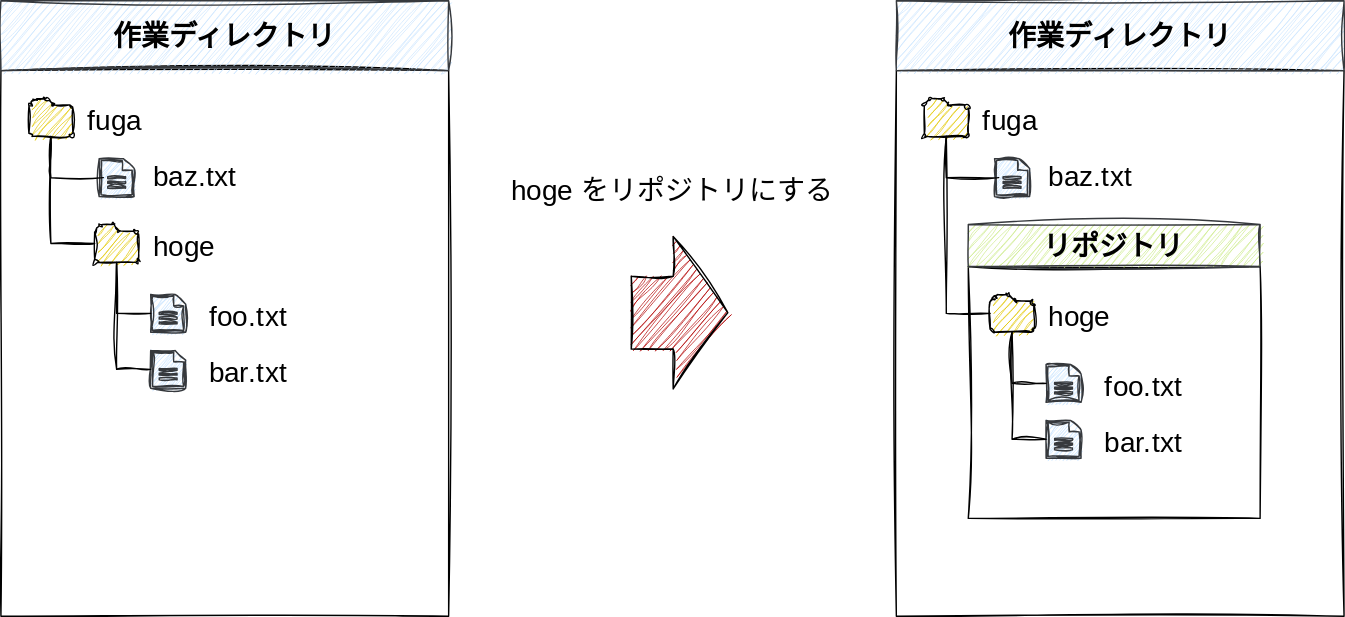
Earlier version of the draw.io export doc/repository.drawio.svg (kazurego7/fit). Source tidied: cells renumbered, new cells last; positions are measured from the earlier drawing's top-left corner, leaving out a move shared by most shapes.
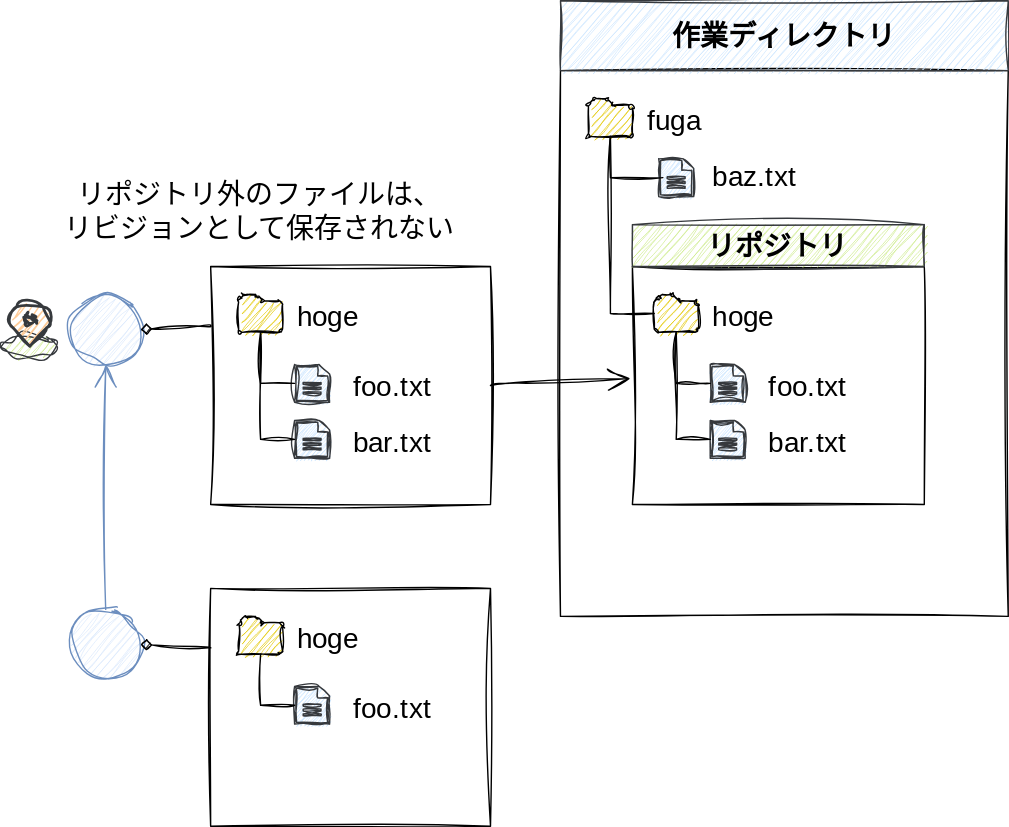
After the commit.

Commit message:
introduction のリポジトリの説明を修正

Change to the diagram source:
```diff
@@ -4,56 +4,2 @@
     <mxCell id="1" parent="0" />
-    <mxCell id="2" style="rounded=0;whiteSpace=wrap;html=1;shadow=0;sketch=1;hachureGap=4;jiggle=2;curveFitting=1;fontFamily=Architects Daughter;fontSource=https%3A%2F%2Ffonts.googleapis.com%2Fcss%3Ffamily%3DArchitects%2BDaughter;fontSize=20;" parent="1" vertex="1">
-      <mxGeometry y="50" width="320" height="390" as="geometry" />
-    </mxCell>
-    <mxCell id="3" style="endArrow=none;html=1;rounded=0;sketch=1;hachureGap=4;jiggle=2;curveFitting=1;fontFamily=Architects Daughter;fontSource=https%3A%2F%2Ffonts.googleapis.com%2Fcss%3Ffamily%3DArchitects%2BDaughter;fontSize=16;sourcePerimeterSpacing=8;targetPerimeterSpacing=8;curved=1;shape=flexArrow;fillColor=#B20000;strokeColor=default;width=52;endSize=8;endWidth=17.224489795918366;endFill=0;startArrow=block;startWidth=56;startSize=12.67;" parent="1" edge="1">
-      <mxGeometry relative="1" as="geometry">
-        <mxPoint x="520" y="223" as="sourcePoint" />
-        <mxPoint x="450" y="223" as="targetPoint" />
-      </mxGeometry>
-    </mxCell>
-    <mxCell id="4" value="&lt;font face=&quot;Zen Kurenaido&quot;&gt;作業ディレクトリ&lt;/font&gt;" style="rounded=0;whiteSpace=wrap;html=1;shadow=0;sketch=1;hachureGap=4;jiggle=2;curveFitting=1;fontFamily=Architects Daughter;fontSource=https%3A%2F%2Ffonts.googleapis.com%2Fcss%3Ffamily%3DArchitects%2BDaughter;fontSize=20;fillColor=#cce5ff;strokeColor=#36393d;fontStyle=1;" parent="1" vertex="1">
-      <mxGeometry width="320" height="50" as="geometry" />
-    </mxCell>
-    <mxCell id="5" style="sketch=1;shadow=0;dashed=0;html=1;strokeColor=#000000;labelPosition=center;verticalLabelPosition=bottom;verticalAlign=top;align=center;fillColor=#e3c800;shape=mxgraph.mscae.enterprise.folder;hachureGap=4;jiggle=2;curveFitting=1;fontFamily=Architects Daughter;fontSource=https%3A%2F%2Ffonts.googleapis.com%2Fcss%3Ffamily%3DArchitects%2BDaughter;fontSize=20;fontColor=#000000;" parent="1" vertex="1">
-      <mxGeometry x="67" y="160" width="31.4" height="27" as="geometry" />
-    </mxCell>
-    <mxCell id="6" style="sketch=1;shadow=0;dashed=0;html=1;strokeColor=#36393d;fillColor=#cce5ff;labelPosition=center;verticalLabelPosition=bottom;verticalAlign=top;outlineConnect=0;align=center;shape=mxgraph.office.concepts.document;hachureGap=4;jiggle=2;curveFitting=1;fontFamily=Architects Daughter;fontSource=https%3A%2F%2Ffonts.googleapis.com%2Fcss%3Ffamily%3DArchitects%2BDaughter;fontSize=20;" parent="1" vertex="1">
-      <mxGeometry x="107" y="210" width="25" height="27" as="geometry" />
-    </mxCell>
-    <mxCell id="7" style="endArrow=none;html=1;hachureGap=4;strokeColor=default;strokeWidth=1;fontFamily=Architects Daughter;fontSource=https%3A%2F%2Ffonts.googleapis.com%2Fcss%3Ffamily%3DArchitects%2BDaughter;fontSize=16;startSize=14;endSize=14;sourcePerimeterSpacing=8;targetPerimeterSpacing=8;jumpStyle=none;jumpSize=5;rounded=0;sketch=1;curveFitting=1;jiggle=2;exitX=0;exitY=0.5;exitDx=0;exitDy=0;exitPerimeter=0;entryX=0.5;entryY=1;entryDx=0;entryDy=0;entryPerimeter=0;edgeStyle=orthogonalEdgeStyle;" parent="1" edge="1" source="6" target="5">
-      <mxGeometry relative="1" as="geometry" />
-    </mxCell>
-    <mxCell id="8" value="hoge" style="text;strokeColor=none;fillColor=none;html=1;align=left;verticalAlign=middle;whiteSpace=wrap;rounded=0;sketch=1;hachureGap=4;jiggle=2;curveFitting=1;fontFamily=Architects Daughter;fontSource=https%3A%2F%2Ffonts.googleapis.com%2Fcss%3Ffamily%3DArchitects%2BDaughter;fontSize=20;" parent="1" vertex="1">
-      <mxGeometry x="107" y="160" width="100" height="30" as="geometry" />
-    </mxCell>
-    <mxCell id="9" value="foo.txt" style="text;strokeColor=none;fillColor=none;html=1;align=left;verticalAlign=middle;whiteSpace=wrap;rounded=0;sketch=1;hachureGap=4;jiggle=2;curveFitting=1;fontFamily=Architects Daughter;fontSource=https%3A%2F%2Ffonts.googleapis.com%2Fcss%3Ffamily%3DArchitects%2BDaughter;fontSize=20;" parent="1" vertex="1">
-      <mxGeometry x="147" y="210" width="80" height="30" as="geometry" />
-    </mxCell>
-    <mxCell id="10" style="sketch=1;shadow=0;dashed=0;html=1;strokeColor=#36393d;fillColor=#cce5ff;labelPosition=center;verticalLabelPosition=bottom;verticalAlign=top;outlineConnect=0;align=center;shape=mxgraph.office.concepts.document;hachureGap=4;jiggle=2;curveFitting=1;fontFamily=Architects Daughter;fontSource=https%3A%2F%2Ffonts.googleapis.com%2Fcss%3Ffamily%3DArchitects%2BDaughter;fontSize=20;" parent="1" vertex="1">
-      <mxGeometry x="107" y="250" width="25" height="27" as="geometry" />
-    </mxCell>
-    <mxCell id="11" value="&lt;font color=&quot;#000000&quot;&gt;bar.txt&lt;/font&gt;" style="text;strokeColor=none;fillColor=none;html=1;align=left;verticalAlign=middle;whiteSpace=wrap;rounded=0;sketch=1;hachureGap=4;jiggle=2;curveFitting=1;fontFamily=Architects Daughter;fontSource=https%3A%2F%2Ffonts.googleapis.com%2Fcss%3Ffamily%3DArchitects%2BDaughter;fontSize=20;fontColor=#CC0000;" parent="1" vertex="1">
-      <mxGeometry x="147" y="250" width="80" height="30" as="geometry" />
-    </mxCell>
-    <mxCell id="12" style="endArrow=none;html=1;hachureGap=4;strokeColor=default;strokeWidth=1;fontFamily=Architects Daughter;fontSource=https%3A%2F%2Ffonts.googleapis.com%2Fcss%3Ffamily%3DArchitects%2BDaughter;fontSize=16;startSize=14;endSize=14;sourcePerimeterSpacing=8;targetPerimeterSpacing=8;jumpStyle=none;jumpSize=5;rounded=0;sketch=1;curveFitting=1;jiggle=2;entryX=0.5;entryY=1;entryDx=0;entryDy=0;entryPerimeter=0;edgeStyle=orthogonalEdgeStyle;exitX=0;exitY=0.5;exitDx=0;exitDy=0;exitPerimeter=0;" parent="1" edge="1" source="10" target="5">
-      <mxGeometry relative="1" as="geometry" />
-    </mxCell>
-    <mxCell id="13" style="sketch=1;shadow=0;dashed=0;html=1;strokeColor=#000000;labelPosition=center;verticalLabelPosition=bottom;verticalAlign=top;align=center;fillColor=#e3c800;shape=mxgraph.mscae.enterprise.folder;hachureGap=4;jiggle=2;curveFitting=1;fontFamily=Architects Daughter;fontSource=https%3A%2F%2Ffonts.googleapis.com%2Fcss%3Ffamily%3DArchitects%2BDaughter;fontSize=20;fontColor=#000000;" parent="1" vertex="1">
-      <mxGeometry x="20" y="70" width="31.4" height="27" as="geometry" />
-    </mxCell>
-    <mxCell id="14" value="fuga" style="text;strokeColor=none;fillColor=none;html=1;align=left;verticalAlign=middle;whiteSpace=wrap;rounded=0;sketch=1;hachureGap=4;jiggle=2;curveFitting=1;fontFamily=Architects Daughter;fontSource=https%3A%2F%2Ffonts.googleapis.com%2Fcss%3Ffamily%3DArchitects%2BDaughter;fontSize=20;" parent="1" vertex="1">
-      <mxGeometry x="60" y="70" width="100" height="30" as="geometry" />
-    </mxCell>
-    <mxCell id="15" style="endArrow=none;html=1;hachureGap=4;strokeColor=default;strokeWidth=1;fontFamily=Architects Daughter;fontSource=https%3A%2F%2Ffonts.googleapis.com%2Fcss%3Ffamily%3DArchitects%2BDaughter;fontSize=16;startSize=14;endSize=14;sourcePerimeterSpacing=8;targetPerimeterSpacing=8;jumpStyle=none;jumpSize=5;rounded=0;sketch=1;curveFitting=1;jiggle=2;entryX=0.5;entryY=1;entryDx=0;entryDy=0;entryPerimeter=0;edgeStyle=orthogonalEdgeStyle;exitX=0;exitY=0.5;exitDx=0;exitDy=0;exitPerimeter=0;" parent="1" edge="1" source="5" target="13">
-      <mxGeometry relative="1" as="geometry" />
-    </mxCell>
-    <mxCell id="16" style="sketch=1;shadow=0;dashed=0;html=1;strokeColor=#36393d;fillColor=#cce5ff;labelPosition=center;verticalLabelPosition=bottom;verticalAlign=top;outlineConnect=0;align=center;shape=mxgraph.office.concepts.document;hachureGap=4;jiggle=2;curveFitting=1;fontFamily=Architects Daughter;fontSource=https%3A%2F%2Ffonts.googleapis.com%2Fcss%3Ffamily%3DArchitects%2BDaughter;fontSize=20;" parent="1" vertex="1">
-      <mxGeometry x="70.2" y="113" width="25" height="27" as="geometry" />
-    </mxCell>
-    <mxCell id="17" style="endArrow=none;html=1;hachureGap=4;strokeColor=default;strokeWidth=1;fontFamily=Architects Daughter;fontSource=https%3A%2F%2Ffonts.googleapis.com%2Fcss%3Ffamily%3DArchitects%2BDaughter;fontSize=16;startSize=14;endSize=14;sourcePerimeterSpacing=8;targetPerimeterSpacing=8;jumpStyle=none;jumpSize=5;rounded=0;sketch=1;curveFitting=1;jiggle=2;entryX=0.5;entryY=1;entryDx=0;entryDy=0;entryPerimeter=0;edgeStyle=orthogonalEdgeStyle;exitX=0.12;exitY=0.499;exitDx=0;exitDy=0;exitPerimeter=0;" parent="1" edge="1" source="16" target="13">
-      <mxGeometry relative="1" as="geometry" />
-    </mxCell>
-    <mxCell id="18" value="baz.txt" style="text;strokeColor=none;fillColor=none;html=1;align=left;verticalAlign=middle;whiteSpace=wrap;rounded=0;sketch=1;hachureGap=4;jiggle=2;curveFitting=1;fontFamily=Architects Daughter;fontSource=https%3A%2F%2Ffonts.googleapis.com%2Fcss%3Ffamily%3DArchitects%2BDaughter;fontSize=20;" parent="1" vertex="1">
-      <mxGeometry x="107" y="110" width="80" height="30" as="geometry" />
-    </mxCell>
     <mxCell id="19" style="rounded=0;whiteSpace=wrap;html=1;shadow=0;sketch=1;hachureGap=4;jiggle=2;curveFitting=1;fontFamily=Architects Daughter;fontSource=https%3A%2F%2Ffonts.googleapis.com%2Fcss%3Ffamily%3DArchitects%2BDaughter;fontSize=20;" parent="1" vertex="1">
@@ -62,3 +8,3 @@
     <mxCell id="20" style="rounded=0;whiteSpace=wrap;html=1;shadow=0;sketch=1;hachureGap=4;jiggle=2;curveFitting=1;fontFamily=Architects Daughter;fontSource=https%3A%2F%2Ffonts.googleapis.com%2Fcss%3Ffamily%3DArchitects%2BDaughter;fontSize=20;" parent="1" vertex="1">
-      <mxGeometry x="691.4" y="190" width="208.6" height="180" as="geometry" />
+      <mxGeometry x="691.4" y="190" width="208.6" height="170" as="geometry" />
     </mxCell>
@@ -112,5 +58,85 @@
     </mxCell>
-    <mxCell id="37" value="hoge &lt;font face=&quot;Zen Kurenaido&quot;&gt;をリポジトリにする&lt;/font&gt;" style="text;strokeColor=none;fillColor=none;html=1;align=center;verticalAlign=middle;whiteSpace=wrap;rounded=0;sketch=1;hachureGap=4;jiggle=2;curveFitting=1;fontFamily=Architects Daughter;fontSource=https%3A%2F%2Ffonts.googleapis.com%2Fcss%3Ffamily%3DArchitects%2BDaughter;fontSize=20;fontColor=#000000;" parent="1" vertex="1">
-      <mxGeometry x="340" y="120" width="280" height="30" as="geometry" />
-    </mxCell>
+    <mxCell id="38" style="ellipse;whiteSpace=wrap;html=1;hachureGap=4;fontFamily=Architects Daughter;fontSource=https%3A%2F%2Ffonts.googleapis.com%2Fcss%3Ffamily%3DArchitects%2BDaughter;fontSize=20;fillColor=#dae8fc;strokeColor=#6c8ebf;shadow=0;sketch=1;curveFitting=1;jiggle=2;" parent="1" vertex="1">
+      <mxGeometry x="290" y="210" width="50" height="50" as="geometry" />
+    </mxCell>
+    <mxCell id="39" style="sketch=1;hachureGap=4;jiggle=2;curveFitting=1;jettySize=auto;html=1;entryX=0.5;entryY=1;entryDx=0;entryDy=0;fontFamily=Architects Daughter;fontSource=https%3A%2F%2Ffonts.googleapis.com%2Fcss%3Ffamily%3DArchitects%2BDaughter;fontSize=16;endArrow=open;startSize=14;endSize=14;sourcePerimeterSpacing=8;targetPerimeterSpacing=8;fillColor=#dae8fc;strokeColor=#6c8ebf;rounded=1;strokeWidth=1;jumpSize=5;jumpStyle=none;exitX=0.5;exitY=0;exitDx=0;exitDy=0;" parent="1" edge="1" source="40" target="38">
+      <mxGeometry relative="1" as="geometry" />
+    </mxCell>
+    <mxCell id="40" style="ellipse;whiteSpace=wrap;html=1;hachureGap=4;fontFamily=Architects Daughter;fontSource=https%3A%2F%2Ffonts.googleapis.com%2Fcss%3Ffamily%3DArchitects%2BDaughter;fontSize=20;fillColor=#dae8fc;strokeColor=#6c8ebf;shadow=0;sketch=1;curveFitting=1;jiggle=2;" parent="1" vertex="1">
+      <mxGeometry x="290" y="435" width="50" height="50" as="geometry" />
+    </mxCell>
+    <mxCell id="41" style="group;" parent="1" vertex="1">
+      <mxGeometry x="390" y="420" width="200" height="170" as="geometry" />
+    </mxCell>
+    <mxCell id="42" style="rounded=0;whiteSpace=wrap;html=1;shadow=0;sketch=1;hachureGap=4;jiggle=2;curveFitting=1;fontFamily=Architects Daughter;fontSource=https%3A%2F%2Ffonts.googleapis.com%2Fcss%3Ffamily%3DArchitects%2BDaughter;fontSize=20;" parent="41" vertex="1">
+      <mxGeometry width="200" height="170" as="geometry" />
+    </mxCell>
+    <mxCell id="43" style="sketch=1;shadow=0;dashed=0;html=1;strokeColor=#000000;labelPosition=center;verticalLabelPosition=bottom;verticalAlign=top;align=center;fillColor=#e3c800;shape=mxgraph.mscae.enterprise.folder;hachureGap=4;jiggle=2;curveFitting=1;fontFamily=Architects Daughter;fontSource=https%3A%2F%2Ffonts.googleapis.com%2Fcss%3Ffamily%3DArchitects%2BDaughter;fontSize=20;fontColor=#000000;" parent="41" vertex="1">
+      <mxGeometry x="20" y="20" width="31.4" height="27" as="geometry" />
+    </mxCell>
+    <mxCell id="44" style="sketch=1;shadow=0;dashed=0;html=1;strokeColor=#36393d;fillColor=#cce5ff;labelPosition=center;verticalLabelPosition=bottom;verticalAlign=top;outlineConnect=0;align=center;shape=mxgraph.office.concepts.document;hachureGap=4;jiggle=2;curveFitting=1;fontFamily=Architects Daughter;fontSource=https%3A%2F%2Ffonts.googleapis.com%2Fcss%3Ffamily%3DArchitects%2BDaughter;fontSize=20;" parent="41" vertex="1">
+      <mxGeometry x="60" y="70" width="25" height="27" as="geometry" />
+    </mxCell>
+    <mxCell id="45" style="endArrow=none;html=1;hachureGap=4;strokeColor=default;strokeWidth=1;fontFamily=Architects Daughter;fontSource=https%3A%2F%2Ffonts.googleapis.com%2Fcss%3Ffamily%3DArchitects%2BDaughter;fontSize=16;startSize=14;endSize=14;sourcePerimeterSpacing=8;targetPerimeterSpacing=8;jumpStyle=none;jumpSize=5;rounded=0;sketch=1;curveFitting=1;jiggle=2;exitX=0;exitY=0.5;exitDx=0;exitDy=0;exitPerimeter=0;entryX=0.5;entryY=1;entryDx=0;entryDy=0;entryPerimeter=0;edgeStyle=orthogonalEdgeStyle;" parent="41" edge="1" source="44" target="43">
+      <mxGeometry relative="1" as="geometry" />
+    </mxCell>
+    <mxCell id="46" value="hoge" style="text;strokeColor=none;fillColor=none;html=1;align=left;verticalAlign=middle;whiteSpace=wrap;rounded=0;sketch=1;hachureGap=4;jiggle=2;curveFitting=1;fontFamily=Architects Daughter;fontSource=https%3A%2F%2Ffonts.googleapis.com%2Fcss%3Ffamily%3DArchitects%2BDaughter;fontSize=20;" parent="41" vertex="1">
+      <mxGeometry x="60" y="20" width="100" height="30" as="geometry" />
+    </mxCell>
+    <mxCell id="47" value="foo.txt" style="text;strokeColor=none;fillColor=none;html=1;align=left;verticalAlign=middle;whiteSpace=wrap;rounded=0;sketch=1;hachureGap=4;jiggle=2;curveFitting=1;fontFamily=Architects Daughter;fontSource=https%3A%2F%2Ffonts.googleapis.com%2Fcss%3Ffamily%3DArchitects%2BDaughter;fontSize=20;" parent="41" vertex="1">
+      <mxGeometry x="100" y="70" width="80" height="30" as="geometry" />
+    </mxCell>
+    <mxCell id="48" style="edgeStyle=none;curved=1;rounded=0;sketch=1;hachureGap=4;jiggle=2;curveFitting=1;jettySize=auto;html=1;exitX=0;exitY=0.25;exitDx=0;exitDy=0;entryX=1;entryY=0.5;entryDx=0;entryDy=0;fontFamily=Architects Daughter;fontSource=https%3A%2F%2Ffonts.googleapis.com%2Fcss%3Ffamily%3DArchitects%2BDaughter;fontSize=16;endArrow=diamond;sourcePerimeterSpacing=8;targetPerimeterSpacing=8;endFill=1;" parent="1" edge="1" source="42" target="40">
+      <mxGeometry relative="1" as="geometry" />
+    </mxCell>
+    <mxCell id="49" style="group;" parent="1" vertex="1">
+      <mxGeometry x="390" y="190" width="200" height="170" as="geometry" />
+    </mxCell>
+    <mxCell id="50" style="rounded=0;whiteSpace=wrap;html=1;shadow=0;sketch=1;hachureGap=4;jiggle=2;curveFitting=1;fontFamily=Architects Daughter;fontSource=https%3A%2F%2Ffonts.googleapis.com%2Fcss%3Ffamily%3DArchitects%2BDaughter;fontSize=20;" parent="49" vertex="1">
+      <mxGeometry width="200" height="170" as="geometry" />
+    </mxCell>
+    <mxCell id="51" style="sketch=1;shadow=0;dashed=0;html=1;strokeColor=#000000;labelPosition=center;verticalLabelPosition=bottom;verticalAlign=top;align=center;fillColor=#e3c800;shape=mxgraph.mscae.enterprise.folder;hachureGap=4;jiggle=2;curveFitting=1;fontFamily=Architects Daughter;fontSource=https%3A%2F%2Ffonts.googleapis.com%2Fcss%3Ffamily%3DArchitects%2BDaughter;fontSize=20;fontColor=#000000;" parent="49" vertex="1">
+      <mxGeometry x="20" y="20" width="31.4" height="27" as="geometry" />
+    </mxCell>
+    <mxCell id="52" style="sketch=1;shadow=0;dashed=0;html=1;strokeColor=#36393d;fillColor=#cce5ff;labelPosition=center;verticalLabelPosition=bottom;verticalAlign=top;outlineConnect=0;align=center;shape=mxgraph.office.concepts.document;hachureGap=4;jiggle=2;curveFitting=1;fontFamily=Architects Daughter;fontSource=https%3A%2F%2Ffonts.googleapis.com%2Fcss%3Ffamily%3DArchitects%2BDaughter;fontSize=20;" parent="49" vertex="1">
+      <mxGeometry x="60" y="70" width="25" height="27" as="geometry" />
+    </mxCell>
+    <mxCell id="53" style="endArrow=none;html=1;hachureGap=4;strokeColor=default;strokeWidth=1;fontFamily=Architects Daughter;fontSource=https%3A%2F%2Ffonts.googleapis.com%2Fcss%3Ffamily%3DArchitects%2BDaughter;fontSize=16;startSize=14;endSize=14;sourcePerimeterSpacing=8;targetPerimeterSpacing=8;jumpStyle=none;jumpSize=5;rounded=0;sketch=1;curveFitting=1;jiggle=2;exitX=0;exitY=0.5;exitDx=0;exitDy=0;exitPerimeter=0;entryX=0.5;entryY=1;entryDx=0;entryDy=0;entryPerimeter=0;edgeStyle=orthogonalEdgeStyle;" parent="49" edge="1" source="52" target="51">
+      <mxGeometry relative="1" as="geometry" />
+    </mxCell>
+    <mxCell id="54" value="hoge" style="text;strokeColor=none;fillColor=none;html=1;align=left;verticalAlign=middle;whiteSpace=wrap;rounded=0;sketch=1;hachureGap=4;jiggle=2;curveFitting=1;fontFamily=Architects Daughter;fontSource=https%3A%2F%2Ffonts.googleapis.com%2Fcss%3Ffamily%3DArchitects%2BDaughter;fontSize=20;" parent="49" vertex="1">
+      <mxGeometry x="60" y="20" width="100" height="30" as="geometry" />
+    </mxCell>
+    <mxCell id="55" value="foo.txt" style="text;strokeColor=none;fillColor=none;html=1;align=left;verticalAlign=middle;whiteSpace=wrap;rounded=0;sketch=1;hachureGap=4;jiggle=2;curveFitting=1;fontFamily=Architects Daughter;fontSource=https%3A%2F%2Ffonts.googleapis.com%2Fcss%3Ffamily%3DArchitects%2BDaughter;fontSize=20;" parent="49" vertex="1">
+      <mxGeometry x="100" y="70" width="80" height="30" as="geometry" />
+    </mxCell>
+    <mxCell id="56" style="sketch=1;shadow=0;dashed=0;html=1;strokeColor=#36393d;fillColor=#cce5ff;labelPosition=center;verticalLabelPosition=bottom;verticalAlign=top;outlineConnect=0;align=center;shape=mxgraph.office.concepts.document;hachureGap=4;jiggle=2;curveFitting=1;fontFamily=Architects Daughter;fontSource=https%3A%2F%2Ffonts.googleapis.com%2Fcss%3Ffamily%3DArchitects%2BDaughter;fontSize=20;" parent="49" vertex="1">
+      <mxGeometry x="60" y="110" width="25" height="27" as="geometry" />
+    </mxCell>
+    <mxCell id="11" value="&lt;font color=&quot;#000000&quot;&gt;bar.txt&lt;/font&gt;" style="text;strokeColor=none;fillColor=none;html=1;align=left;verticalAlign=middle;whiteSpace=wrap;rounded=0;sketch=1;hachureGap=4;jiggle=2;curveFitting=1;fontFamily=Architects Daughter;fontSource=https%3A%2F%2Ffonts.googleapis.com%2Fcss%3Ffamily%3DArchitects%2BDaughter;fontSize=20;fontColor=#CC0000;" parent="49" vertex="1">
+      <mxGeometry x="100" y="110" width="80" height="30" as="geometry" />
+    </mxCell>
+    <mxCell id="57" style="endArrow=none;html=1;hachureGap=4;strokeColor=default;strokeWidth=1;fontFamily=Architects Daughter;fontSource=https%3A%2F%2Ffonts.googleapis.com%2Fcss%3Ffamily%3DArchitects%2BDaughter;fontSize=16;startSize=14;endSize=14;sourcePerimeterSpacing=8;targetPerimeterSpacing=8;jumpStyle=none;jumpSize=5;rounded=0;sketch=1;curveFitting=1;jiggle=2;entryX=0.5;entryY=1;entryDx=0;entryDy=0;entryPerimeter=0;edgeStyle=orthogonalEdgeStyle;exitX=0;exitY=0.5;exitDx=0;exitDy=0;exitPerimeter=0;" parent="49" edge="1" source="56" target="51">
+      <mxGeometry relative="1" as="geometry" />
+    </mxCell>
+    <mxCell id="58" style="edgeStyle=none;curved=1;rounded=0;sketch=1;hachureGap=4;jiggle=2;curveFitting=1;jettySize=auto;html=1;entryX=1;entryY=0.5;entryDx=0;entryDy=0;fontFamily=Architects Daughter;fontSource=https%3A%2F%2Ffonts.googleapis.com%2Fcss%3Ffamily%3DArchitects%2BDaughter;fontSize=16;endArrow=diamond;sourcePerimeterSpacing=8;targetPerimeterSpacing=8;endFill=1;exitX=0;exitY=0.25;exitDx=0;exitDy=0;" parent="1" edge="1" source="50" target="38">
+      <mxGeometry relative="1" as="geometry" />
+    </mxCell>
+    <mxCell id="59" style="group;" parent="1" vertex="1">
+      <mxGeometry x="240" y="215" width="40" height="40" as="geometry" />
+    </mxCell>
+    <mxCell id="60" style="ellipse;whiteSpace=wrap;html=1;shadow=0;sketch=1;hachureGap=4;jiggle=2;curveFitting=1;fontFamily=Architects Daughter;fontSource=https%3A%2F%2Ffonts.googleapis.com%2Fcss%3Ffamily%3DArchitects%2BDaughter;fontSize=20;fillColor=#cdeb8b;strokeColor=#36393d;" parent="59" vertex="1">
+      <mxGeometry y="24" width="40" height="16" as="geometry" />
+    </mxCell>
+    <mxCell id="61" style="html=1;verticalLabelPosition=bottom;align=center;labelBackgroundColor=#ffffff;verticalAlign=top;strokeWidth=2;strokeColor=#36393d;shadow=0;dashed=0;shape=mxgraph.ios7.icons.location;sketch=1;hachureGap=4;jiggle=2;curveFitting=1;fontFamily=Architects Daughter;fontSource=https%3A%2F%2Ffonts.googleapis.com%2Fcss%3Ffamily%3DArchitects%2BDaughter;fontSize=20;fillColor=#ffcc99;gradientColor=none;" parent="59" vertex="1">
+      <mxGeometry x="4.8" width="32" height="32" as="geometry" />
+    </mxCell>
+    <mxCell id="62" value="リポジトリ外のファイルは、&lt;br&gt;リビジョンとして保存されない" style="text;strokeColor=none;fillColor=none;html=1;align=center;verticalAlign=middle;whiteSpace=wrap;rounded=0;sketch=1;hachureGap=4;jiggle=2;curveFitting=1;fontFamily=Zen Kurenaido;fontSource=https%3A%2F%2Ffonts.googleapis.com%2Fcss%3Ffamily%3DZen%2BKurenaido;fontSize=20;fontColor=#000000;" parent="1" vertex="1">
+      <mxGeometry x="260" y="120" width="330" height="60" as="geometry" />
+    </mxCell>
+    <mxCell id="63" style="edgeStyle=none;curved=1;rounded=0;sketch=1;hachureGap=4;jiggle=2;curveFitting=1;jettySize=auto;html=1;exitX=1;exitY=0.5;exitDx=0;exitDy=0;fontFamily=Zen Kurenaido;fontSource=https%3A%2F%2Ffonts.googleapis.com%2Fcss%3Ffamily%3DZen%2BKurenaido;fontSize=16;fontColor=#000000;endArrow=open;startSize=14;endSize=14;sourcePerimeterSpacing=8;targetPerimeterSpacing=8;" parent="1" edge="1" source="50">
+      <mxGeometry relative="1" as="geometry">
+        <mxPoint x="690" y="270" as="targetPoint" />
+      </mxGeometry>
+    </mxCell>
   </root>
```
